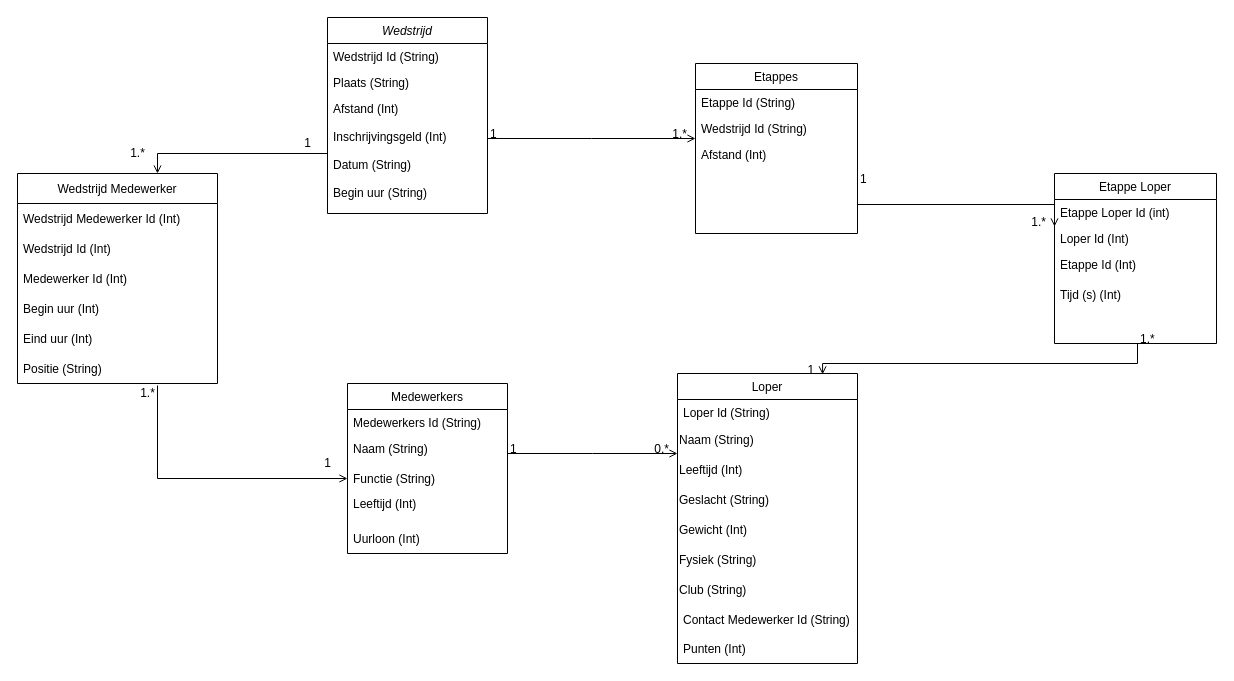
The draw.io diagram loopwedstrijd.drawio in sandervijgen/Simon-en-Sander-opdracht-database, before the edit. Source tidied: cells renumbered, new cells numbered last; positions are measured from the earlier drawing's top-left corner, leaving out a move shared by most shapes. Both pictures are drawn from the tidied source at 100%, with x=0, y=0 at pixel (17, 17).
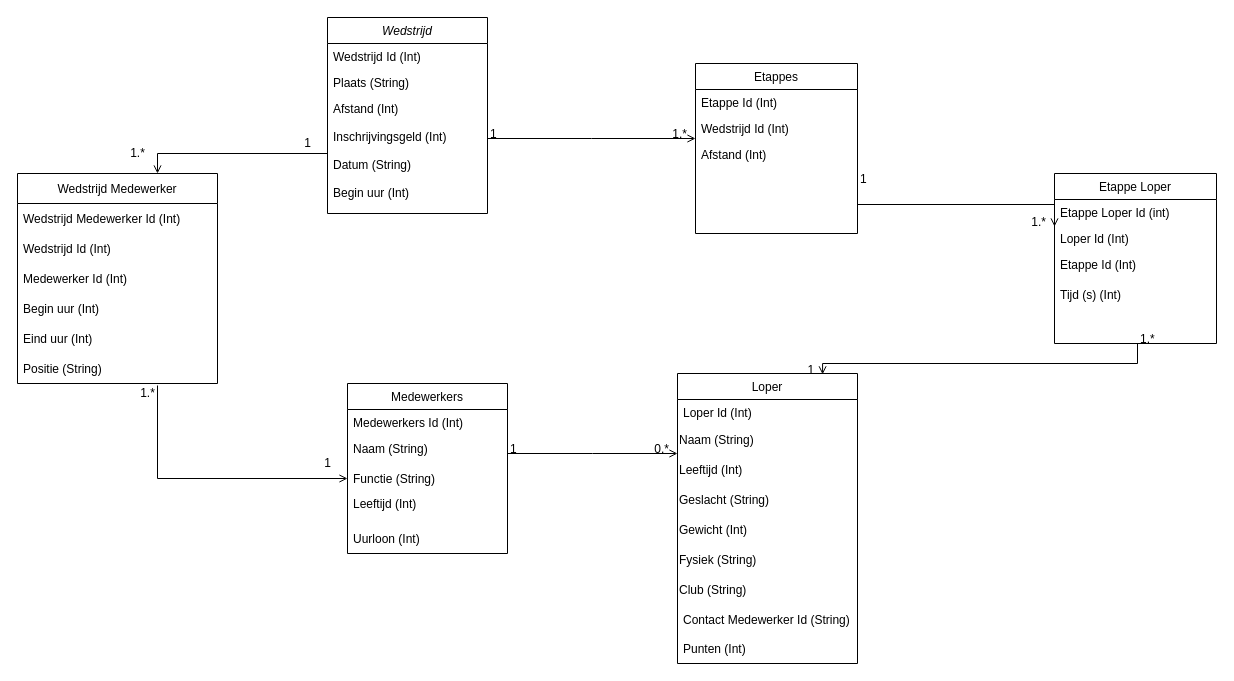
Above is the later version.

Commit message (it also covers changes not shown here):
Afgewerkte database in sqlite, Met juiste DDL schema

The change refers to these unchanged cells:
```xml
<mxCell id="2" value="Wedstrijd" style="swimlane;fontStyle=2;align=center;verticalAlign=top;horizontal=1;startSize=26;rounded=0;shadow=0;strokeWidth=1;" parent="1" vertex="1">
  <mxGeometry x="310" width="160" height="196" as="geometry" />
</mxCell>
<mxCell id="9" value="Medewerkers" style="swimlane;fontStyle=0;align=center;verticalAlign=top;horizontal=1;startSize=26;rounded=0;shadow=0;strokeWidth=1;" parent="1" vertex="1">
  <mxGeometry x="330" y="366" width="160" height="170" as="geometry" />
</mxCell>
<mxCell id="13" value="Loper" style="swimlane;fontStyle=0;align=center;verticalAlign=top;horizontal=1;startSize=26;rounded=0;shadow=0;strokeWidth=1;" parent="1" vertex="1">
  <mxGeometry x="660" y="356" width="180" height="290" as="geometry" />
</mxCell>
<mxCell id="23" value="Etappes" style="swimlane;fontStyle=0;align=center;verticalAlign=top;horizontal=1;startSize=26;rounded=0;shadow=0;strokeWidth=1;" parent="1" vertex="1">
  <mxGeometry x="678" y="46" width="162" height="170" as="geometry" />
</mxCell>
```

Diff of the diagram source:
```diff
@@
-    <mxCell id="3" value="Wedstrijd Id (String)" style="text;align=left;verticalAlign=top;spacingLeft=4;spacingRight=4;overflow=hidden;" parent="2" vertex="1">
+    <mxCell id="3" value="Wedstrijd Id (Int)" style="text;align=left;verticalAlign=top;spacingLeft=4;spacingRight=4;overflow=hidden;" parent="2" vertex="1">
       <mxGeometry y="26" width="160" height="26" as="geometry" />
     </mxCell>
@@
-    <mxCell id="8" value="Begin uur (String)" style="text;strokeColor=none;fillColor=none;align=left;verticalAlign=middle;spacingLeft=4;spacingRight=4;overflow=hidden;" parent="2" vertex="1">
+    <mxCell id="8" value="Begin uur (Int)" style="text;strokeColor=none;fillColor=none;align=left;verticalAlign=middle;spacingLeft=4;spacingRight=4;overflow=hidden;" parent="2" vertex="1">
       <mxGeometry y="160" width="160" height="30" as="geometry" />
     </mxCell>
@@
-    <mxCell id="10" value="Medewerkers Id (String)" style="text;align=left;verticalAlign=top;spacingLeft=4;spacingRight=4;overflow=hidden;" parent="9" vertex="1">
+    <mxCell id="10" value="Medewerkers Id (Int)" style="text;align=left;verticalAlign=top;spacingLeft=4;spacingRight=4;overflow=hidden;" parent="9" vertex="1">
       <mxGeometry y="26" width="160" height="26" as="geometry" />
     </mxCell>
@@
-    <mxCell id="14" value="Loper Id (String)&#10;" style="text;align=left;verticalAlign=top;spacingLeft=4;spacingRight=4;overflow=hidden;" parent="13" vertex="1">
+    <mxCell id="14" value="Loper Id (Int)&#10;" style="text;align=left;verticalAlign=top;spacingLeft=4;spacingRight=4;overflow=hidden;" parent="13" vertex="1">
       <mxGeometry y="26" width="180" height="26" as="geometry" />
     </mxCell>
@@
-    <mxCell id="24" value="Etappe Id (String)" style="text;align=left;verticalAlign=top;spacingLeft=4;spacingRight=4;overflow=hidden;" parent="23" vertex="1">
+    <mxCell id="24" value="Etappe Id (Int)" style="text;align=left;verticalAlign=top;spacingLeft=4;spacingRight=4;overflow=hidden;" parent="23" vertex="1">
       <mxGeometry y="26" width="162" height="26" as="geometry" />
     </mxCell>
-    <mxCell id="25" value="Wedstrijd Id (String)" style="text;align=left;verticalAlign=top;spacingLeft=4;spacingRight=4;overflow=hidden;rounded=0;shadow=0;html=0;" parent="23" vertex="1">
+    <mxCell id="25" value="Wedstrijd Id (Int)" style="text;align=left;verticalAlign=top;spacingLeft=4;spacingRight=4;overflow=hidden;rounded=0;shadow=0;html=0;" parent="23" vertex="1">
       <mxGeometry y="52" width="162" height="26" as="geometry" />
     </mxCell>
```
